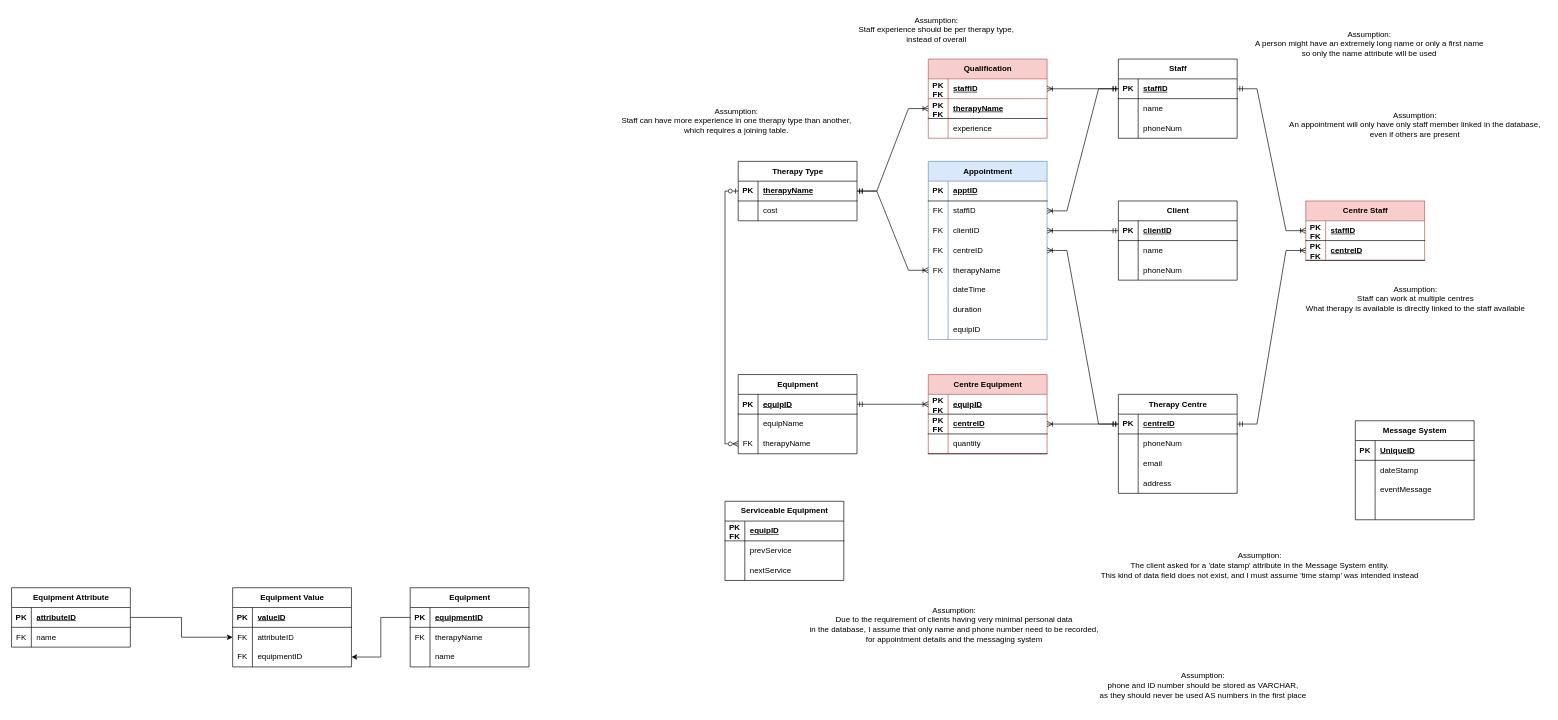
Earlier version of the draw.io diagram Task3a.drawio (Cowsox/Cowsox). Source tidied: cells renumbered, new cells numbered last; positions are measured from the earlier drawing's top-left corner, leaving out a move shared by most shapes. Both pictures are drawn from the tidied source at 66%, with x=0, y=0 at pixel (11, 11).
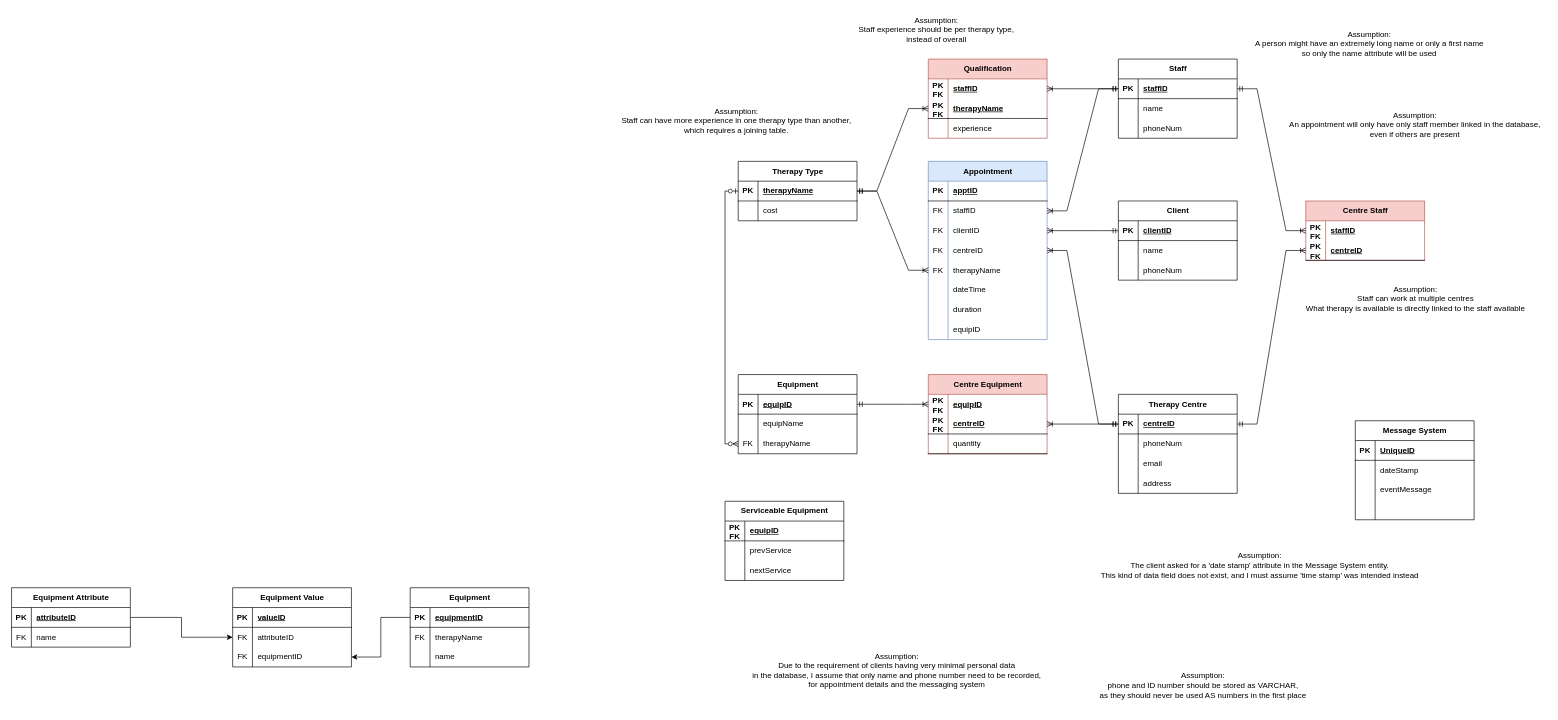
After the change.

The change refers to these unchanged cells:
```xml
<mxCell id="68" value="Centre Staff" style="shape=table;startSize=30;childLayout=tableLayout;rowLines=0;fontStyle=1;align=center;html=1;fillColor=#f8cecc;strokeColor=#b85450;" parent="1" vertex="1">
  <mxGeometry x="1961" y="287" width="180" height="90" as="geometry" />
</mxCell>
<mxCell id="78" value="Centre Equipment" style="shape=table;startSize=30;childLayout=tableLayout;rowLines=0;fontStyle=1;align=center;html=1;fillColor=#f8cecc;strokeColor=#b85450;" parent="1" vertex="1">
  <mxGeometry x="1389" y="550" width="180" height="120" as="geometry" />
</mxCell>
<mxCell id="82" style="shape=tableRow;horizontal=0;startSize=0;swimlaneHead=0;swimlaneBody=0;fillColor=none;points=[[0,0.5],[1,0.5]];portConstraint=eastwest;top=0;left=0;right=0;bottom=1;" parent="78" vertex="1">
  <mxGeometry y="60" width="180" height="30" as="geometry" />
</mxCell>
<mxCell id="88" value="Qualification" style="shape=table;startSize=30;childLayout=tableLayout;rowLines=0;fontStyle=1;align=center;html=1;fillColor=#f8cecc;strokeColor=#b85450;" parent="1" vertex="1">
  <mxGeometry x="1389" y="72" width="180" height="120" as="geometry" />
</mxCell>
```

Change to the diagram source:
```diff
@@
-    <mxCell id="69" style="shape=tableRow;horizontal=0;startSize=0;swimlaneHead=0;swimlaneBody=0;fillColor=none;points=[[0,0.5],[1,0.5]];portConstraint=eastwest;top=0;left=0;right=0;bottom=1;" parent="68" vertex="1">
+    <mxCell id="69" style="shape=tableRow;horizontal=0;startSize=0;swimlaneHead=0;swimlaneBody=0;fillColor=none;points=[[0,0.5],[1,0.5]];portConstraint=eastwest;top=0;left=0;right=0;bottom=0;" parent="68" vertex="1">
       <mxGeometry y="30" width="180" height="30" as="geometry" />
     </mxCell>
@@
-    <mxCell id="79" style="shape=tableRow;horizontal=0;startSize=0;swimlaneHead=0;swimlaneBody=0;fillColor=none;points=[[0,0.5],[1,0.5]];portConstraint=eastwest;top=0;left=0;right=0;bottom=1;" parent="78" vertex="1">
+    <mxCell id="79" style="shape=tableRow;horizontal=0;startSize=0;swimlaneHead=0;swimlaneBody=0;fillColor=none;points=[[0,0.5],[1,0.5]];portConstraint=eastwest;top=0;left=0;right=0;bottom=0;strokeColor=inherit;" parent="78" vertex="1">
       <mxGeometry y="30" width="180" height="30" as="geometry" />
     </mxCell>
@@
-    <mxCell id="81" value="equipID" style="shape=partialRectangle;fillColor=none;top=0;left=0;bottom=0;right=0;align=left;spacingLeft=6;fontStyle=5;overflow=hidden;whiteSpace=wrap;html=1;" parent="79" vertex="1">
+    <mxCell id="81" value="equipID" style="shape=partialRectangle;fillColor=none;top=0;left=0;bottom=0;right=0;align=left;spacingLeft=6;fontStyle=5;overflow=hidden;whiteSpace=wrap;html=1;strokeColor=inherit;" parent="79" vertex="1">
       <mxGeometry x="30" width="150" height="30" as="geometry" />
     </mxCell>
@@
-    <mxCell id="84" value="centreID" style="shape=partialRectangle;fillColor=none;top=0;left=0;bottom=0;right=0;align=left;spacingLeft=6;fontStyle=5;overflow=hidden;whiteSpace=wrap;html=1;" parent="82" vertex="1">
+    <mxCell id="84" value="centreID" style="shape=partialRectangle;fillColor=none;top=0;left=0;bottom=0;right=0;align=left;spacingLeft=6;fontStyle=5;overflow=hidden;whiteSpace=wrap;html=1;strokeColor=default;" parent="82" vertex="1">
       <mxGeometry x="30" width="150" height="30" as="geometry" />
     </mxCell>
@@
-    <mxCell id="89" style="shape=tableRow;horizontal=0;startSize=0;swimlaneHead=0;swimlaneBody=0;fillColor=none;points=[[0,0.5],[1,0.5]];portConstraint=eastwest;top=0;left=0;right=0;bottom=1;strokeColor=inherit;" parent="88" vertex="1">
+    <mxCell id="89" style="shape=tableRow;horizontal=0;startSize=0;swimlaneHead=0;swimlaneBody=0;fillColor=none;points=[[0,0.5],[1,0.5]];portConstraint=eastwest;top=0;left=0;right=0;bottom=0;strokeColor=inherit;" parent="88" vertex="1">
       <mxGeometry y="30" width="180" height="30" as="geometry" />
     </mxCell>
@@
     <mxCell id="172" value="Assumption:&lt;div&gt;Due to the requirement of clients having very minimal personal data&lt;/div&gt;&lt;div&gt;in the database, I assume that only name and phone number need to be recorded,&lt;/div&gt;&lt;div&gt;for appointment details and the messaging system&lt;/div&gt;" style="text;html=1;align=center;verticalAlign=middle;strokeColor=none;fillColor=none;" parent="1" vertex="1">
-      <mxGeometry x="1200" y="894" width="456" height="70" as="geometry" />
+      <mxGeometry x="1113" y="963" width="456" height="70" as="geometry" />
     </mxCell>
```
